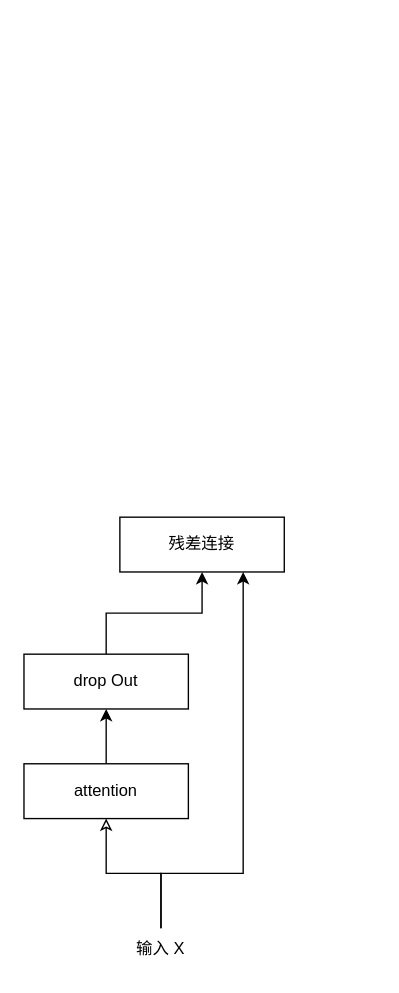
Above: llada.drawio in mailonghua/drawio (draw.io), before the change. Source tidied: cells renumbered, new cells numbered last; positions are measured from the earlier drawing's top-left corner, leaving out a move shared by most shapes. Both pictures are drawn from the tidied source at 137%, with x=0, y=0 at pixel (23, 516).
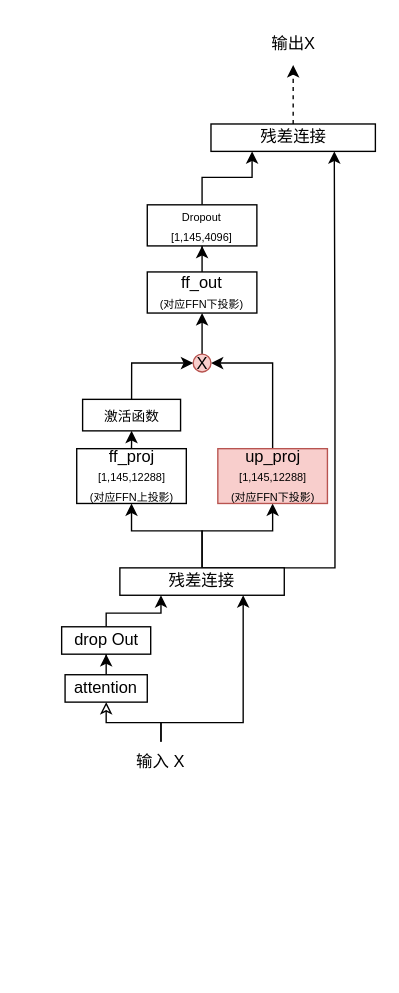
Above is the later version.

Diff of the diagram source:
```diff
@@
     <mxCell id="3" style="edgeStyle=orthogonalEdgeStyle;rounded=0;jettySize=auto;html=1;exitX=0.5;exitY=1;exitDx=0;exitDy=0;startArrow=classic;startFill=0;endArrow=none;entryX=0.5;entryY=0;entryDx=0;entryDy=0;" parent="1" edge="1" source="4" target="9">
-      <mxGeometry relative="1" as="geometry" />
+      <mxGeometry relative="1" as="geometry">
+        <Array as="points">
+          <mxPoint x="60" y="150" />
+          <mxPoint x="100" y="150" />
+        </Array>
+      </mxGeometry>
     </mxCell>
     <mxCell id="4" value="attention" style="rounded=0;whiteSpace=wrap;html=1;" parent="1" vertex="1">
-      <mxGeometry y="180" width="120" height="40" as="geometry" />
+      <mxGeometry x="30" y="115" width="60" height="20" as="geometry" />
     </mxCell>
-    <mxCell id="5" style="edgeStyle=orthogonalEdgeStyle;rounded=0;jettySize=auto;html=1;" parent="1" edge="1" source="6" target="7">
-      <mxGeometry relative="1" as="geometry" />
+    <mxCell id="5" style="edgeStyle=orthogonalEdgeStyle;rounded=0;jettySize=auto;html=1;exitX=0.5;exitY=0;exitDx=0;exitDy=0;entryX=0.25;entryY=1;entryDx=0;entryDy=0;" parent="1" edge="1" source="6" target="7">
+      <mxGeometry relative="1" as="geometry">
+        <Array as="points">
+          <mxPoint x="60" y="70" />
+          <mxPoint x="100" y="70" />
+        </Array>
+      </mxGeometry>
     </mxCell>
     <mxCell id="6" value="drop Out" style="rounded=0;whiteSpace=wrap;html=1;" parent="1" vertex="1">
-      <mxGeometry y="100" width="120" height="40" as="geometry" />
+      <mxGeometry x="27.5" y="80" width="65" height="20" as="geometry" />
     </mxCell>
+    <mxCell id="10" style="edgeStyle=orthogonalEdgeStyle;rounded=0;jettySize=auto;html=1;exitX=0.5;exitY=0;exitDx=0;exitDy=0;entryX=0.5;entryY=1;entryDx=0;entryDy=0;" parent="1" edge="1" source="7" target="18">
+      <mxGeometry relative="1" as="geometry">
+        <Array as="points">
+          <mxPoint x="130" y="10" />
+          <mxPoint x="182" y="10" />
+        </Array>
+      </mxGeometry>
+    </mxCell>
+    <mxCell id="11" style="edgeStyle=orthogonalEdgeStyle;rounded=0;jettySize=auto;html=1;exitX=0.5;exitY=0;exitDx=0;exitDy=0;entryX=0.5;entryY=1;entryDx=0;entryDy=0;" parent="1" edge="1" source="7" target="14">
+      <mxGeometry relative="1" as="geometry">
+        <Array as="points">
+          <mxPoint x="130" y="10" />
+          <mxPoint x="79" y="10" />
+        </Array>
+      </mxGeometry>
+    </mxCell>
+    <mxCell id="12" style="edgeStyle=orthogonalEdgeStyle;rounded=0;jettySize=auto;html=1;exitX=0.5;exitY=0;exitDx=0;exitDy=0;entryX=0.75;entryY=1;entryDx=0;entryDy=0;" parent="1" edge="1" source="7" target="26">
+      <mxGeometry relative="1" as="geometry">
+        <Array as="points">
+          <mxPoint x="227" y="37" />
+          <mxPoint x="227" y="-115" />
+          <mxPoint x="227" y="-115" />
+        </Array>
+      </mxGeometry>
+    </mxCell>
     <mxCell id="7" value="残差连接" style="rounded=0;whiteSpace=wrap;html=1;" parent="1" vertex="1">
-      <mxGeometry x="70" width="120" height="40" as="geometry" />
+      <mxGeometry x="70" y="37" width="120" height="20" as="geometry" />
     </mxCell>
     <mxCell id="8" style="edgeStyle=orthogonalEdgeStyle;rounded=0;jettySize=auto;html=1;exitX=0.5;exitY=0;exitDx=0;exitDy=0;entryX=0.75;entryY=1;entryDx=0;entryDy=0;" parent="1" edge="1" source="9" target="7">
       <mxGeometry relative="1" as="geometry">
         <Array as="points">
-          <mxPoint x="100" y="260" />
-          <mxPoint x="160" y="260" />
+          <mxPoint x="100" y="150" />
+          <mxPoint x="160" y="150" />
         </Array>
       </mxGeometry>
     </mxCell>
     <mxCell id="9" value="输入 X" style="text;strokeColor=none;align=center;fillColor=none;html=1;verticalAlign=middle;whiteSpace=wrap;rounded=0;" parent="1" vertex="1">
-      <mxGeometry x="70" y="300" width="60" height="30" as="geometry" />
+      <mxGeometry x="70" y="164" width="60" height="30" as="geometry" />
     </mxCell>
+    <mxCell id="13" style="edgeStyle=orthogonalEdgeStyle;rounded=0;jettySize=auto;html=1;exitX=0.5;exitY=0;exitDx=0;exitDy=0;entryX=0.5;entryY=1;entryDx=0;entryDy=0;" parent="1" edge="1" source="14" target="22">
+      <mxGeometry relative="1" as="geometry" />
+    </mxCell>
+    <mxCell id="14" value="ff_proj&lt;div&gt;&lt;font style=&quot;font-size: 8px;&quot;&gt;[1,145,12288]&lt;/font&gt;&lt;/div&gt;&lt;div&gt;&lt;font style=&quot;font-size: 8px;&quot;&gt;(对应FFN上投影)&lt;/font&gt;&lt;/div&gt;" style="rounded=0;whiteSpace=wrap;html=1;" parent="1" vertex="1">
+      <mxGeometry x="38.5" y="-50" width="80" height="40" as="geometry" />
+    </mxCell>
+    <mxCell id="15" style="edgeStyle=orthogonalEdgeStyle;rounded=0;jettySize=auto;html=1;" parent="1" edge="1" source="16" target="24">
+      <mxGeometry relative="1" as="geometry" />
+    </mxCell>
+    <mxCell id="16" value="ff_out&lt;div&gt;&lt;font style=&quot;font-size: 8px;&quot;&gt;(对应FFN下投影)&lt;/font&gt;&lt;/div&gt;" style="rounded=0;whiteSpace=wrap;html=1;" parent="1" vertex="1">
+      <mxGeometry x="90" y="-179" width="80" height="30" as="geometry" />
+    </mxCell>
+    <mxCell id="17" style="edgeStyle=orthogonalEdgeStyle;rounded=0;jettySize=auto;html=1;exitX=0.5;exitY=0;exitDx=0;exitDy=0;entryX=1;entryY=0.5;entryDx=0;entryDy=0;" parent="1" edge="1" source="18" target="20">
+      <mxGeometry relative="1" as="geometry" />
+    </mxCell>
+    <mxCell id="18" value="&lt;div&gt;&lt;font&gt;up_proj&lt;/font&gt;&lt;/div&gt;&lt;div&gt;&lt;font style=&quot;font-size: 8px;&quot;&gt;[1,145,12288]&lt;br&gt;&lt;/font&gt;&lt;/div&gt;&lt;div&gt;&lt;font style=&quot;font-size: 8px;&quot;&gt;(对应FFN下投影)&lt;/font&gt;&lt;/div&gt;" style="rounded=0;whiteSpace=wrap;html=1;fillColor=#f8cecc;strokeColor=#b85450;" parent="1" vertex="1">
+      <mxGeometry x="141.5" y="-50" width="80" height="40" as="geometry" />
+    </mxCell>
+    <mxCell id="19" style="edgeStyle=orthogonalEdgeStyle;rounded=0;jettySize=auto;html=1;exitX=0.5;exitY=0;exitDx=0;exitDy=0;entryX=0.5;entryY=1;entryDx=0;entryDy=0;" parent="1" edge="1" source="20" target="16">
+      <mxGeometry relative="1" as="geometry" />
+    </mxCell>
+    <mxCell id="20" value="X" style="ellipse;whiteSpace=wrap;html=1;fillColor=#f8cecc;strokeColor=#b85450;" parent="1" vertex="1">
+      <mxGeometry x="123.5" y="-119" width="13" height="13" as="geometry" />
+    </mxCell>
+    <mxCell id="21" style="edgeStyle=orthogonalEdgeStyle;rounded=0;jettySize=auto;html=1;exitX=0.5;exitY=0;exitDx=0;exitDy=0;entryX=0;entryY=0.5;entryDx=0;entryDy=0;" parent="1" edge="1" source="22" target="20">
+      <mxGeometry relative="1" as="geometry" />
+    </mxCell>
+    <mxCell id="22" value="激活函数" style="rounded=0;whiteSpace=wrap;html=1;fontSize=10;" parent="1" vertex="1">
+      <mxGeometry x="42.8" y="-86" width="71.5" height="23" as="geometry" />
+    </mxCell>
+    <mxCell id="23" style="edgeStyle=orthogonalEdgeStyle;rounded=0;jettySize=auto;html=1;exitX=0.5;exitY=0;exitDx=0;exitDy=0;entryX=0.25;entryY=1;entryDx=0;entryDy=0;" parent="1" edge="1" source="24" target="26">
+      <mxGeometry relative="1" as="geometry" />
+    </mxCell>
+    <mxCell id="24" value="&lt;div&gt;&lt;font style=&quot;font-size: 8px;&quot;&gt;Dropout&lt;/font&gt;&lt;/div&gt;&lt;div&gt;&lt;span style=&quot;font-size: 8px;&quot;&gt;[1,145,4096]&lt;/span&gt;&lt;/div&gt;" style="rounded=0;whiteSpace=wrap;html=1;" parent="1" vertex="1">
+      <mxGeometry x="90" y="-228" width="80" height="30" as="geometry" />
+    </mxCell>
+    <mxCell id="25" style="edgeStyle=orthogonalEdgeStyle;rounded=0;jettySize=auto;html=1;exitX=0.5;exitY=0;exitDx=0;exitDy=0;dashed=1;entryX=0.5;entryY=1;entryDx=0;entryDy=0;" parent="1" edge="1" source="26" target="27">
+      <mxGeometry relative="1" as="geometry" />
+    </mxCell>
+    <mxCell id="26" value="残差连接" style="rounded=0;whiteSpace=wrap;html=1;" parent="1" vertex="1">
+      <mxGeometry x="136.5" y="-287" width="120" height="20" as="geometry" />
+    </mxCell>
+    <mxCell id="27" value="输出X" style="text;strokeColor=none;align=center;fillColor=none;html=1;verticalAlign=middle;whiteSpace=wrap;rounded=0;" parent="1" vertex="1">
+      <mxGeometry x="166.5" y="-360" width="60" height="30" as="geometry" />
+    </mxCell>
```
